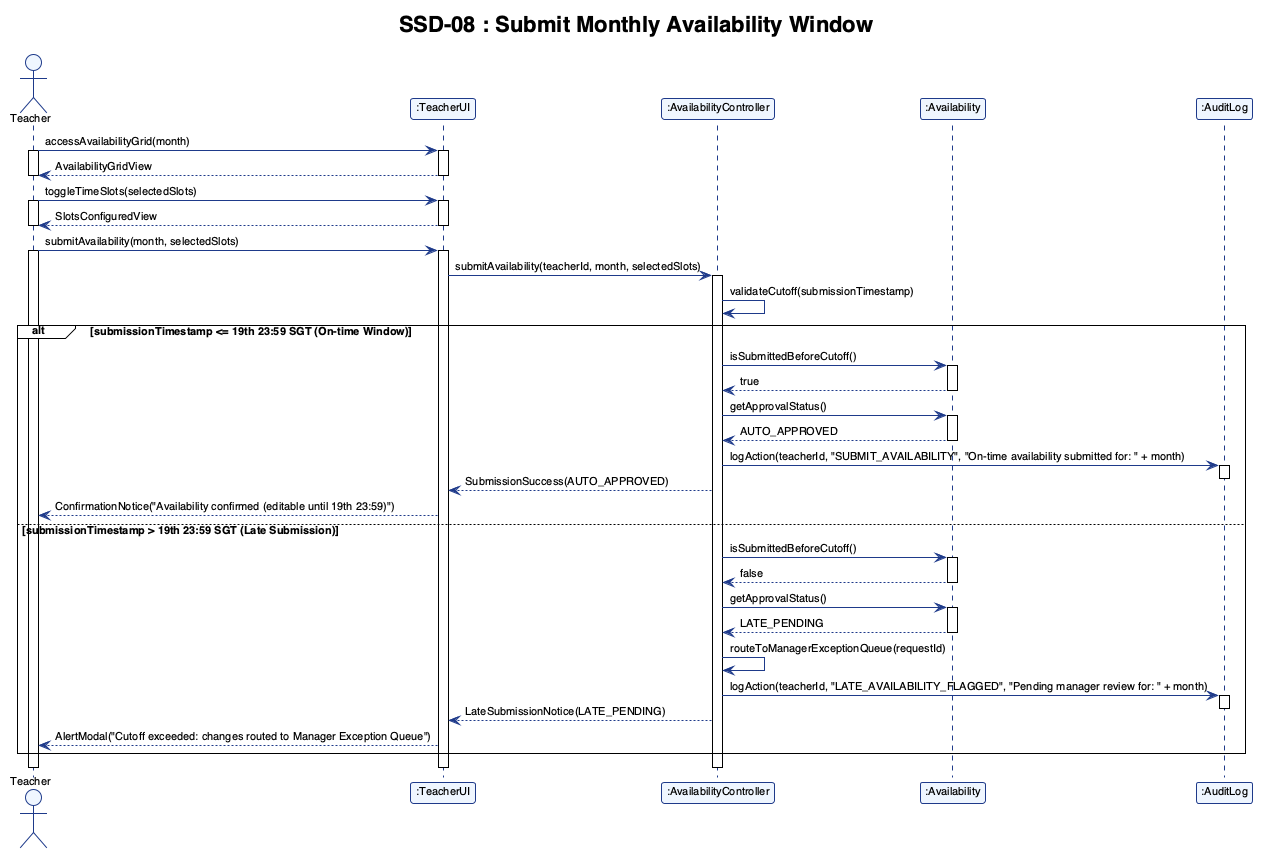
Earlier version of the PlantUML export report/assets/ssd_07.png (adoreblvnk/2001temp).
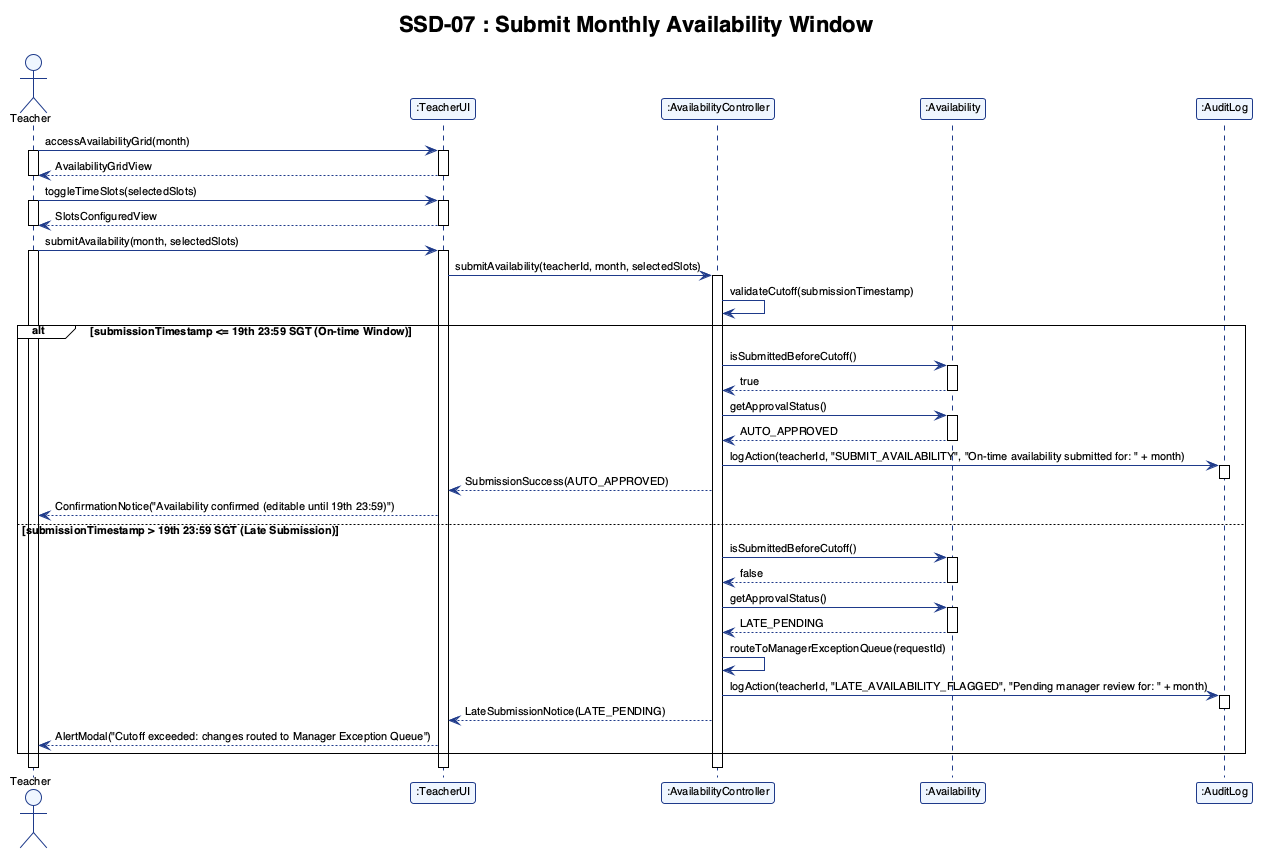
The same file after the commit.

Change to the diagram source:
```diff
@@ -1,4 +1,4 @@
-@startuml ssd_08
+@startuml ssd_07
 !theme plain
 skinparam shadowing false
 skinparam defaultFontName "Helvetica", "Arial", sans-serif
@@ -13,7 +13,7 @@
     ActorBackgroundColor #EFF6FF
 }
 
-title SSD-08 : Submit Monthly Availability Window
+title SSD-07 : Submit Monthly Availability Window
 
 actor Teacher
 participant ":TeacherUI" as TeacherUI
```
